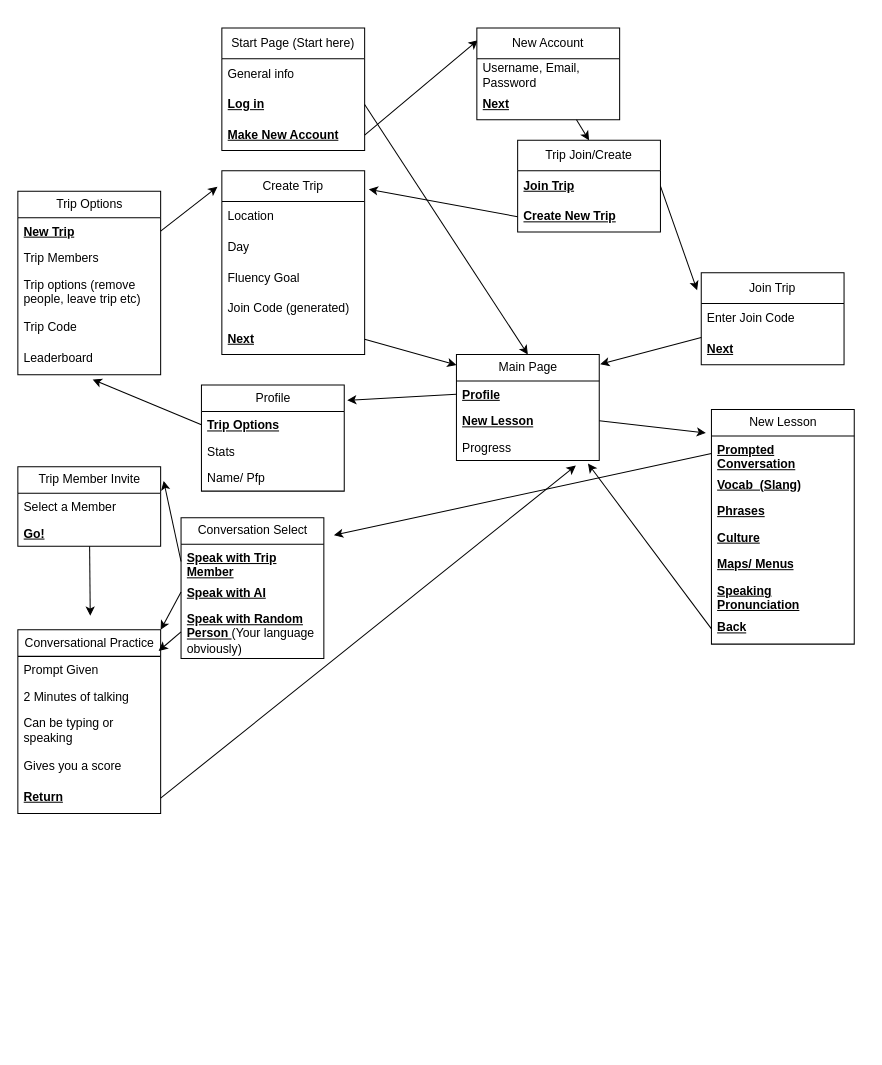
Earlier version of the draw.io diagram overview/flowchart/chart.drawio (JacobPercy/travel-web-app). Source tidied: cells renumbered, new cells numbered last; positions are measured from the earlier drawing's top-left corner, leaving out a move shared by most shapes. Both pictures are drawn from the tidied source at 102%, with x=0, y=0 at pixel (17, 28).
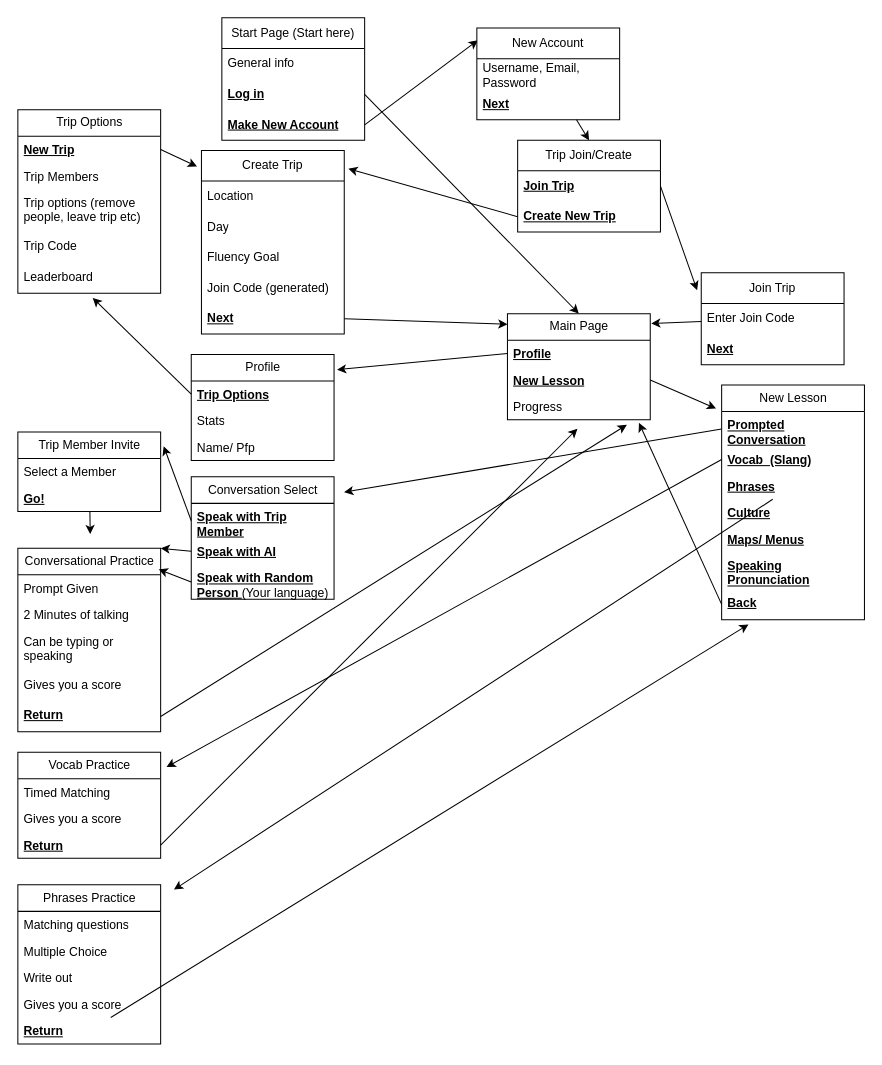
After the change.

Commit message:
finished the flow chart even tho aarush doesn't like it.

Unchanged cells that the change refers to:
```xml
<mxCell id="29" value="Progress" style="text;strokeColor=none;fillColor=none;align=left;verticalAlign=top;spacingLeft=4;spacingRight=4;overflow=hidden;points=[[0,0.5],[1,0.5]];portConstraint=eastwest;whiteSpace=wrap;html=1;" parent="26" vertex="1">
  <mxGeometry y="78" width="140" height="26" as="geometry" />
</mxCell>
<mxCell id="48" value="&lt;b&gt;&lt;u&gt;Vocab&amp;nbsp; (Slang)&lt;/u&gt;&lt;/b&gt;" style="text;strokeColor=none;fillColor=none;align=left;verticalAlign=top;spacingLeft=4;spacingRight=4;overflow=hidden;points=[[0,0.5],[1,0.5]];portConstraint=eastwest;whiteSpace=wrap;html=1;" parent="46" vertex="1">
  <mxGeometry y="60" width="140" height="26" as="geometry" />
</mxCell>
<mxCell id="49" value="&lt;b&gt;&lt;u&gt;Phrases&lt;/u&gt;&lt;/b&gt;" style="text;strokeColor=none;fillColor=none;align=left;verticalAlign=top;spacingLeft=4;spacingRight=4;overflow=hidden;points=[[0,0.5],[1,0.5]];portConstraint=eastwest;whiteSpace=wrap;html=1;" parent="46" vertex="1">
  <mxGeometry y="86" width="140" height="26" as="geometry" />
</mxCell>
<mxCell id="53" value="&lt;b&gt;&lt;u&gt;Back&lt;/u&gt;&lt;/b&gt;" style="text;strokeColor=none;fillColor=none;align=left;verticalAlign=top;spacingLeft=4;spacingRight=4;overflow=hidden;points=[[0,0.5],[1,0.5]];portConstraint=eastwest;whiteSpace=wrap;html=1;" parent="46" vertex="1">
  <mxGeometry y="200" width="140" height="30" as="geometry" />
</mxCell>
```

Change to the diagram source:
```diff
@@
     <mxCell id="2" value="Start Page (Start here)" style="swimlane;fontStyle=0;horizontal=1;startSize=30;whiteSpace=wrap;html=1;" parent="1" vertex="1">
-      <mxGeometry x="200" width="140" height="120" as="geometry" />
+      <mxGeometry x="200" y="-10" width="140" height="120" as="geometry" />
     </mxCell>
@@
     <mxCell id="20" value="Create Trip" style="swimlane;fontStyle=0;horizontal=1;startSize=30;whiteSpace=wrap;html=1;swimlaneLine=1;" parent="1" vertex="1">
-      <mxGeometry x="200" y="140" width="140" height="180" as="geometry" />
+      <mxGeometry x="180" y="120" width="140" height="180" as="geometry" />
     </mxCell>
@@
     <mxCell id="26" value="Main Page" style="swimlane;fontStyle=0;horizontal=1;startSize=26;fillColor=none;html=1;" parent="1" vertex="1">
-      <mxGeometry x="430" y="320" width="140" height="104" as="geometry" />
+      <mxGeometry x="480" y="280" width="140" height="104" as="geometry" />
     </mxCell>
@@
     <mxCell id="31" value="Profile" style="swimlane;fontStyle=0;horizontal=1;startSize=26;fillColor=none;html=1;" parent="1" vertex="1">
-      <mxGeometry x="180" y="350" width="140" height="104" as="geometry" />
+      <mxGeometry x="170" y="320" width="140" height="104" as="geometry" />
     </mxCell>
@@
     <mxCell id="36" value="Trip Options" style="swimlane;fontStyle=0;horizontal=1;startSize=26;fillColor=none;html=1;" parent="1" vertex="1">
-      <mxGeometry y="160" width="140" height="180" as="geometry" />
+      <mxGeometry y="80" width="140" height="180" as="geometry" />
     </mxCell>
@@
     <mxCell id="46" value="New Lesson" style="swimlane;fontStyle=0;horizontal=1;startSize=26;fillColor=none;html=1;" parent="1" vertex="1">
-      <mxGeometry x="680" y="374" width="140" height="230" as="geometry" />
+      <mxGeometry x="690" y="350" width="140" height="230" as="geometry" />
     </mxCell>
@@
     <mxCell id="54" value="Conversation Select" style="swimlane;fontStyle=0;horizontal=1;startSize=26;fillColor=none;html=1;" parent="1" vertex="1">
-      <mxGeometry x="160" y="480" width="140" height="138" as="geometry" />
+      <mxGeometry x="170" y="440" width="140" height="120" as="geometry" />
     </mxCell>
@@
-    <mxCell id="57" value="&lt;b style=&quot;text-decoration-line: underline;&quot;&gt;Speak with Random Person &lt;/b&gt;(Your language obviously)" style="text;strokeColor=none;fillColor=none;align=left;verticalAlign=top;spacingLeft=4;spacingRight=4;overflow=hidden;points=[[0,0.5],[1,0.5]];portConstraint=eastwest;whiteSpace=wrap;html=1;" parent="54" vertex="1">
-      <mxGeometry y="86" width="140" height="52" as="geometry" />
+    <mxCell id="57" value="&lt;b style=&quot;text-decoration-line: underline;&quot;&gt;Speak with Random Person &lt;/b&gt;(Your language)" style="text;strokeColor=none;fillColor=none;align=left;verticalAlign=top;spacingLeft=4;spacingRight=4;overflow=hidden;points=[[0,0.5],[1,0.5]];portConstraint=eastwest;whiteSpace=wrap;html=1;" parent="54" vertex="1">
+      <mxGeometry y="86" width="140" height="34" as="geometry" />
     </mxCell>
@@
     <mxCell id="60" value="Trip Member Invite" style="swimlane;fontStyle=0;horizontal=1;startSize=26;fillColor=none;html=1;" parent="1" vertex="1">
-      <mxGeometry y="430" width="140" height="78" as="geometry" />
+      <mxGeometry y="396" width="140" height="78" as="geometry" />
     </mxCell>
@@
     <mxCell id="64" value="Conversational Practice" style="swimlane;fontStyle=0;horizontal=1;startSize=26;fillColor=none;html=1;" parent="1" vertex="1">
-      <mxGeometry y="590" width="140" height="180" as="geometry" />
+      <mxGeometry y="510" width="140" height="180" as="geometry" />
     </mxCell>
@@
+    <mxCell id="74" value="Vocab Practice" style="swimlane;fontStyle=0;horizontal=1;startSize=26;fillColor=none;html=1;" parent="1" vertex="1">
+      <mxGeometry y="710" width="140" height="104" as="geometry" />
+    </mxCell>
+    <mxCell id="75" value="Timed Matching" style="text;strokeColor=none;fillColor=none;align=left;verticalAlign=top;spacingLeft=4;spacingRight=4;overflow=hidden;whiteSpace=wrap;html=1;" parent="74" vertex="1">
+      <mxGeometry y="26" width="140" height="26" as="geometry" />
+    </mxCell>
+    <mxCell id="76" value="Gives you a score" style="text;strokeColor=none;fillColor=none;align=left;verticalAlign=top;spacingLeft=4;spacingRight=4;overflow=hidden;whiteSpace=wrap;html=1;" parent="74" vertex="1">
+      <mxGeometry y="52" width="140" height="26" as="geometry" />
+    </mxCell>
+    <mxCell id="77" value="&lt;b&gt;&lt;u&gt;Return&lt;/u&gt;&lt;/b&gt;" style="text;strokeColor=none;fillColor=none;align=left;verticalAlign=top;spacingLeft=4;spacingRight=4;overflow=hidden;points=[[0,0.5],[1,0.5]];portConstraint=eastwest;whiteSpace=wrap;html=1;" parent="74" vertex="1">
+      <mxGeometry y="78" width="140" height="26" as="geometry" />
+    </mxCell>
+    <mxCell id="78" style="edgeStyle=none;html=1;entryX=0.49;entryY=1.337;entryDx=0;entryDy=0;entryPerimeter=0;exitX=1;exitY=0.5;exitDx=0;exitDy=0;" parent="1" edge="1" source="77" target="29">
+      <mxGeometry relative="1" as="geometry" />
+    </mxCell>
+    <mxCell id="79" style="edgeStyle=none;html=1;entryX=1.041;entryY=0.14;entryDx=0;entryDy=0;entryPerimeter=0;exitX=0;exitY=0.5;exitDx=0;exitDy=0;" parent="1" edge="1" source="48" target="74">
+      <mxGeometry relative="1" as="geometry" />
+    </mxCell>
+    <mxCell id="80" value="Phrases Practice" style="swimlane;fontStyle=0;horizontal=1;startSize=26;fillColor=none;html=1;" parent="1" vertex="1">
+      <mxGeometry y="840" width="140" height="156" as="geometry" />
+    </mxCell>
+    <mxCell id="81" value="Matching questions" style="text;strokeColor=none;fillColor=none;align=left;verticalAlign=top;spacingLeft=4;spacingRight=4;overflow=hidden;whiteSpace=wrap;html=1;" parent="80" vertex="1">
+      <mxGeometry y="26" width="140" height="26" as="geometry" />
+    </mxCell>
+    <mxCell id="82" value="Multiple Choice" style="text;strokeColor=none;fillColor=none;align=left;verticalAlign=top;spacingLeft=4;spacingRight=4;overflow=hidden;whiteSpace=wrap;html=1;" parent="80" vertex="1">
+      <mxGeometry y="52" width="140" height="26" as="geometry" />
+    </mxCell>
+    <mxCell id="83" value="Write out" style="text;strokeColor=none;fillColor=none;align=left;verticalAlign=top;spacingLeft=4;spacingRight=4;overflow=hidden;whiteSpace=wrap;html=1;" parent="80" vertex="1">
+      <mxGeometry y="78" width="140" height="26" as="geometry" />
+    </mxCell>
+    <mxCell id="84" value="Gives you a score" style="text;strokeColor=none;fillColor=none;align=left;verticalAlign=top;spacingLeft=4;spacingRight=4;overflow=hidden;whiteSpace=wrap;html=1;" parent="80" vertex="1">
+      <mxGeometry y="104" width="140" height="26" as="geometry" />
+    </mxCell>
+    <mxCell id="85" value="&lt;b&gt;&lt;u&gt;Return&lt;/u&gt;&lt;/b&gt;" style="text;strokeColor=none;fillColor=none;align=left;verticalAlign=top;spacingLeft=4;spacingRight=4;overflow=hidden;points=[[0,0.5],[1,0.5]];portConstraint=eastwest;whiteSpace=wrap;html=1;" parent="80" vertex="1">
+      <mxGeometry y="130" width="140" height="26" as="geometry" />
+    </mxCell>
+    <mxCell id="86" style="edgeStyle=none;html=1;entryX=1.093;entryY=0.03;entryDx=0;entryDy=0;entryPerimeter=0;" parent="1" edge="1" source="49" target="80">
+      <mxGeometry relative="1" as="geometry" />
+    </mxCell>
+    <mxCell id="87" style="edgeStyle=none;html=1;entryX=0.188;entryY=1.156;entryDx=0;entryDy=0;entryPerimeter=0;" parent="1" edge="1" source="85" target="53">
+      <mxGeometry relative="1" as="geometry" />
+    </mxCell>
```
